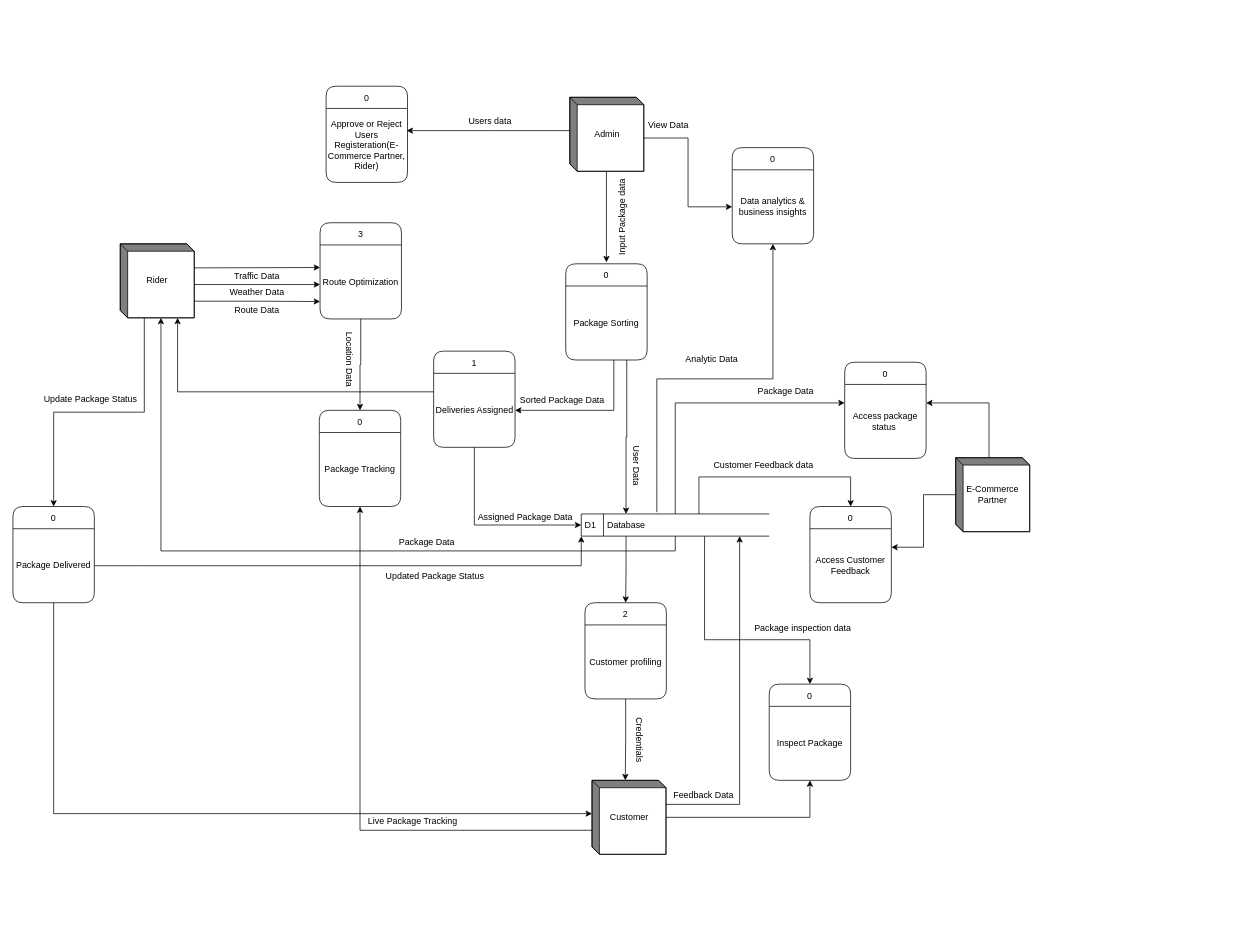
This is page "Page-18" (18 of 24) of Activity Diagram UC-1.drawio from IamSaqibJaved/Diagrams, a draw.io file, before an edit. Source tidied: cells renumbered, new cells numbered last; positions are measured from the earlier drawing's top-left corner, leaving out a move shared by most shapes. Both pictures are drawn from the tidied source at 74%, with x=0, y=0 at pixel (13, 86).
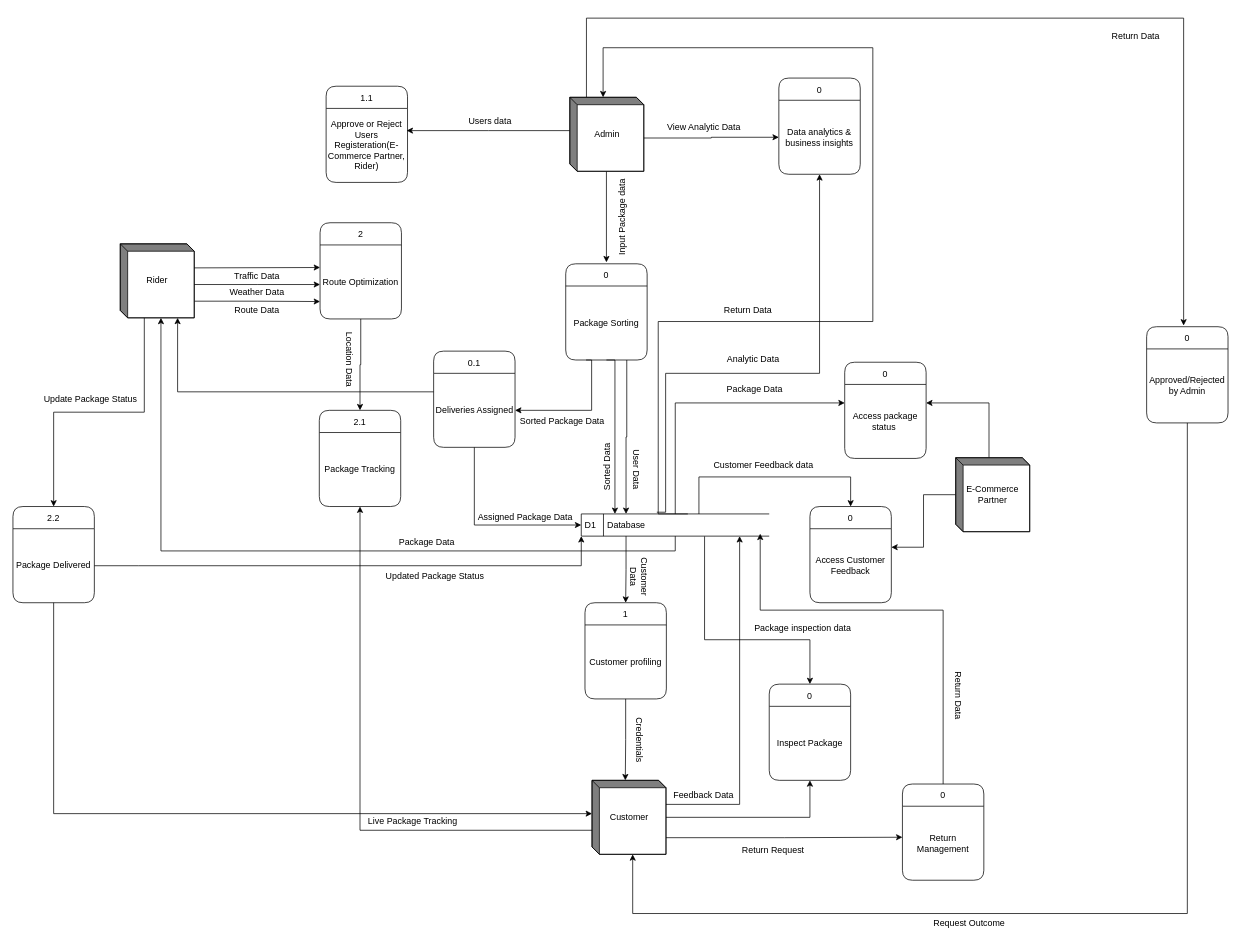
Above is the later version.

The change refers to these unchanged cells:
```xml
<mxCell id="4" value="Customer" style="html=1;dashed=0;whiteSpace=wrap;shape=mxgraph.dfd.externalEntity;strokeColor=#000000;" parent="1" vertex="1">
  <mxGeometry x="782.5" y="938" width="100" height="100" as="geometry" />
</mxCell>
<mxCell id="13" value="Admin" style="html=1;dashed=0;whiteSpace=wrap;shape=mxgraph.dfd.externalEntity;" parent="1" vertex="1">
  <mxGeometry x="752.5" y="15" width="100" height="100" as="geometry" />
</mxCell>
<mxCell id="26" value="Package Sorting" style="text;html=1;align=center;verticalAlign=middle;whiteSpace=wrap;rounded=0;" parent="25" vertex="1">
  <mxGeometry y="30" width="110" height="100" as="geometry" />
</mxCell>
<mxCell id="28" value="Deliveries Assigned" style="text;html=1;align=center;verticalAlign=middle;whiteSpace=wrap;rounded=0;" parent="27" vertex="1">
  <mxGeometry y="30" width="110" height="100" as="geometry" />
</mxCell>
<mxCell id="32" value="D1" style="html=1;dashed=0;whiteSpace=wrap;shape=mxgraph.dfd.dataStoreID;align=left;spacingLeft=3;points=[[0,0],[0.5,0],[1,0],[0,0.5],[1,0.5],[0,1],[0.5,1],[1,1]];" parent="1" vertex="1">
  <mxGeometry x="768" y="578" width="254" height="30" as="geometry" />
</mxCell>
<mxCell id="34" value="Database" style="text;html=1;align=center;verticalAlign=middle;whiteSpace=wrap;rounded=0;" parent="1" vertex="1">
  <mxGeometry x="798.5" y="578" width="60" height="30" as="geometry" />
</mxCell>
<mxCell id="73" value="Data analytics &amp;amp; business insights" style="text;html=1;align=center;verticalAlign=middle;whiteSpace=wrap;rounded=0;" parent="72" vertex="1">
  <mxGeometry y="30" width="110" height="100" as="geometry" />
</mxCell>
```

Diff of the diagram source:
```diff
@@
+    <mxCell id="76" style="edgeStyle=orthogonalEdgeStyle;rounded=0;jettySize=auto;html=1;exitX=0;exitY=0;exitDx=100;exitDy=77.5;exitPerimeter=0;" parent="1" edge="1" source="4">
+      <mxGeometry relative="1" as="geometry">
+        <mxPoint x="1202" y="1014.9" as="targetPoint" />
+      </mxGeometry>
+    </mxCell>
@@
+    <mxCell id="77" style="edgeStyle=orthogonalEdgeStyle;rounded=0;jettySize=auto;html=1;exitX=0;exitY=0;exitDx=22.5;exitDy=0;exitPerimeter=0;" parent="1" edge="1" source="13">
+      <mxGeometry relative="1" as="geometry">
+        <mxPoint x="1582" y="323.4" as="targetPoint" />
+        <Array as="points">
+          <mxPoint x="775" y="-92" />
+          <mxPoint x="1582" y="-92" />
+        </Array>
+      </mxGeometry>
+    </mxCell>
@@
-    <mxCell id="16" value="View Data" style="text;html=1;align=center;verticalAlign=middle;whiteSpace=wrap;rounded=0;rotation=0;" parent="1" vertex="1">
-      <mxGeometry x="831" y="38" width="110" height="30" as="geometry" />
+    <mxCell id="16" value="View Analytic Data" style="text;html=1;align=center;verticalAlign=middle;whiteSpace=wrap;rounded=0;rotation=0;" parent="1" vertex="1">
+      <mxGeometry x="879" y="40" width="110" height="30" as="geometry" />
     </mxCell>
@@
-    <mxCell id="19" value="0" style="swimlane;fontStyle=0;horizontal=1;startSize=30;fillColor=#ffffff;swimlaneFillColor=#ffffff;rounded=1;" parent="1" vertex="1">
+    <mxCell id="19" value="1.1" style="swimlane;fontStyle=0;horizontal=1;startSize=30;fillColor=#ffffff;swimlaneFillColor=#ffffff;rounded=1;" parent="1" vertex="1">
       <mxGeometry x="423.2" width="110" height="130" as="geometry" />
     </mxCell>
@@
-    <mxCell id="21" value="3" style="swimlane;fontStyle=0;horizontal=1;startSize=30;fillColor=#ffffff;swimlaneFillColor=#ffffff;rounded=1;" parent="1" vertex="1">
+    <mxCell id="21" value="2" style="swimlane;fontStyle=0;horizontal=1;startSize=30;fillColor=#ffffff;swimlaneFillColor=#ffffff;rounded=1;" parent="1" vertex="1">
       <mxGeometry x="415" y="184.5" width="110" height="130" as="geometry" />
     </mxCell>
@@
-    <mxCell id="27" value="1" style="swimlane;fontStyle=0;horizontal=1;startSize=30;fillColor=#ffffff;swimlaneFillColor=#ffffff;rounded=1;" parent="1" vertex="1">
+    <mxCell id="27" value="0.1" style="swimlane;fontStyle=0;horizontal=1;startSize=30;fillColor=#ffffff;swimlaneFillColor=#ffffff;rounded=1;" parent="1" vertex="1">
       <mxGeometry x="568.5" y="358" width="110" height="130" as="geometry" />
     </mxCell>
@@
-    <mxCell id="35" value="User Data" style="text;html=1;align=center;verticalAlign=middle;whiteSpace=wrap;rounded=0;rotation=90;" parent="1" vertex="1">
-      <mxGeometry x="812" y="498" width="60" height="30" as="geometry" />
-    </mxCell>
-    <mxCell id="36" value="2" style="swimlane;fontStyle=0;horizontal=1;startSize=30;fillColor=#ffffff;swimlaneFillColor=#ffffff;rounded=1;" parent="1" vertex="1">
+    <mxCell id="36" value="1" style="swimlane;fontStyle=0;horizontal=1;startSize=30;fillColor=#ffffff;swimlaneFillColor=#ffffff;rounded=1;" parent="1" vertex="1">
       <mxGeometry x="773" y="698" width="110" height="130" as="geometry" />
     </mxCell>
@@
-    <mxCell id="38" style="edgeStyle=orthogonalEdgeStyle;rounded=0;jettySize=auto;html=1;entryX=1;entryY=0.5;entryDx=0;entryDy=0;" parent="1" edge="1" source="26" target="28">
+    <mxCell id="38" style="edgeStyle=orthogonalEdgeStyle;rounded=0;jettySize=auto;html=1;entryX=1;entryY=0.5;entryDx=0;entryDy=0;exitX=0.25;exitY=1;exitDx=0;exitDy=0;" parent="1" edge="1" source="26" target="28">
       <mxGeometry relative="1" as="geometry">
         <Array as="points">
-          <mxPoint x="812" y="438" />
+          <mxPoint x="782" y="370" />
+          <mxPoint x="782" y="438" />
         </Array>
       </mxGeometry>
     </mxCell>
@@
     <mxCell id="43" value="Sorted Package Data" style="text;html=1;align=center;verticalAlign=middle;strokeColor=none;fillColor=none;" parent="1" vertex="1">
-      <mxGeometry x="672" y="409" width="140" height="30" as="geometry" />
+      <mxGeometry x="672" y="438" width="140" height="30" as="geometry" />
     </mxCell>
@@
-    <mxCell id="50" value="0" style="swimlane;fontStyle=0;horizontal=1;startSize=30;fillColor=#ffffff;swimlaneFillColor=#ffffff;rounded=1;" parent="1" vertex="1">
+    <mxCell id="50" value="2.2" style="swimlane;fontStyle=0;horizontal=1;startSize=30;fillColor=#ffffff;swimlaneFillColor=#ffffff;rounded=1;" parent="1" vertex="1">
       <mxGeometry y="568" width="110" height="130" as="geometry" />
     </mxCell>
@@
-    <mxCell id="54" value="0" style="swimlane;fontStyle=0;horizontal=1;startSize=30;fillColor=#ffffff;swimlaneFillColor=#ffffff;rounded=1;" parent="1" vertex="1">
+    <mxCell id="54" value="2.1" style="swimlane;fontStyle=0;horizontal=1;startSize=30;fillColor=#ffffff;swimlaneFillColor=#ffffff;rounded=1;" parent="1" vertex="1">
       <mxGeometry x="414" y="438" width="110" height="130" as="geometry" />
     </mxCell>
@@
     <mxCell id="61" value="Package Data" style="text;html=1;align=center;verticalAlign=middle;strokeColor=none;fillColor=none;" parent="1" vertex="1">
-      <mxGeometry x="994" y="398" width="100" height="30" as="geometry" />
+      <mxGeometry x="952" y="395" width="100" height="30" as="geometry" />
     </mxCell>
@@
     <mxCell id="72" value="0" style="swimlane;fontStyle=0;horizontal=1;startSize=30;fillColor=#ffffff;swimlaneFillColor=#ffffff;rounded=1;" parent="1" vertex="1">
-      <mxGeometry x="972" y="83" width="110" height="130" as="geometry" />
+      <mxGeometry x="1035" y="-11" width="110" height="130" as="geometry" />
     </mxCell>
@@
     <mxCell id="74" style="edgeStyle=orthogonalEdgeStyle;rounded=0;jettySize=auto;html=1;exitX=0.402;exitY=-0.078;exitDx=0;exitDy=0;exitPerimeter=0;" parent="1" edge="1" source="32" target="73">
-      <mxGeometry relative="1" as="geometry" />
+      <mxGeometry relative="1" as="geometry">
+        <Array as="points">
+          <mxPoint x="882" y="576" />
+          <mxPoint x="882" y="388" />
+          <mxPoint x="1090" y="388" />
+        </Array>
+      </mxGeometry>
     </mxCell>
     <mxCell id="75" value="Analytic Data" style="text;html=1;align=center;verticalAlign=middle;strokeColor=none;fillColor=none;" parent="1" vertex="1">
-      <mxGeometry x="899" y="354" width="90" height="30" as="geometry" />
+      <mxGeometry x="955" y="354" width="90" height="30" as="geometry" />
     </mxCell>
+    <mxCell id="78" value="0" style="swimlane;fontStyle=0;horizontal=1;startSize=30;fillColor=#ffffff;swimlaneFillColor=#ffffff;rounded=1;" parent="1" vertex="1">
+      <mxGeometry x="1202" y="943" width="110" height="130" as="geometry" />
+    </mxCell>
+    <mxCell id="79" value="Return Management" style="text;html=1;align=center;verticalAlign=middle;whiteSpace=wrap;rounded=0;" parent="78" vertex="1">
+      <mxGeometry y="30" width="110" height="100" as="geometry" />
+    </mxCell>
+    <mxCell id="80" value="Return Request" style="text;html=1;align=center;verticalAlign=middle;strokeColor=none;fillColor=none;rotation=0;" parent="1" vertex="1">
+      <mxGeometry x="972" y="1018" width="110" height="30" as="geometry" />
+    </mxCell>
+    <mxCell id="81" style="edgeStyle=orthogonalEdgeStyle;rounded=0;jettySize=auto;html=1;entryX=0;entryY=0;entryDx=45;entryDy=0;entryPerimeter=0;" parent="1" edge="1" target="13">
+      <mxGeometry relative="1" as="geometry">
+        <mxPoint x="912" y="578" as="sourcePoint" />
+        <Array as="points">
+          <mxPoint x="872" y="578" />
+          <mxPoint x="872" y="318" />
+          <mxPoint x="1162" y="318" />
+          <mxPoint x="1162" y="-52" />
+          <mxPoint x="798" y="-52" />
+        </Array>
+      </mxGeometry>
+    </mxCell>
+    <mxCell id="82" value="Return Data" style="text;html=1;align=center;verticalAlign=middle;strokeColor=none;fillColor=none;" parent="1" vertex="1">
+      <mxGeometry x="1472" y="-82" width="90" height="30" as="geometry" />
+    </mxCell>
+    <mxCell id="83" value="Return Data" style="text;html=1;align=center;verticalAlign=middle;strokeColor=none;fillColor=none;" parent="1" vertex="1">
+      <mxGeometry x="948" y="288" width="90" height="30" as="geometry" />
+    </mxCell>
+    <mxCell id="84" value="0" style="swimlane;fontStyle=0;horizontal=1;startSize=30;fillColor=#ffffff;swimlaneFillColor=#ffffff;rounded=1;" parent="1" vertex="1">
+      <mxGeometry x="1532" y="325" width="110" height="130" as="geometry" />
+    </mxCell>
+    <mxCell id="85" value="Approved/Rejected by Admin" style="text;html=1;align=center;verticalAlign=middle;whiteSpace=wrap;rounded=0;" parent="84" vertex="1">
+      <mxGeometry y="30" width="110" height="100" as="geometry" />
+    </mxCell>
+    <mxCell id="86" style="edgeStyle=orthogonalEdgeStyle;rounded=0;jettySize=auto;html=1;exitX=0.5;exitY=1;exitDx=0;exitDy=0;entryX=0;entryY=0;entryDx=55;entryDy=100;entryPerimeter=0;" parent="1" edge="1" source="85" target="4">
+      <mxGeometry relative="1" as="geometry">
+        <Array as="points">
+          <mxPoint x="1587" y="1118" />
+          <mxPoint x="838" y="1118" />
+        </Array>
+      </mxGeometry>
+    </mxCell>
+    <mxCell id="87" value="Request Outcome" style="text;html=1;align=center;verticalAlign=middle;strokeColor=none;fillColor=none;" parent="1" vertex="1">
+      <mxGeometry x="1232" y="1116" width="120" height="30" as="geometry" />
+    </mxCell>
+    <mxCell id="88" style="edgeStyle=orthogonalEdgeStyle;rounded=0;jettySize=auto;html=1;exitX=0.5;exitY=1;exitDx=0;exitDy=0;entryX=0.25;entryY=0;entryDx=0;entryDy=0;" parent="1" edge="1" source="26" target="34">
+      <mxGeometry relative="1" as="geometry">
+        <Array as="points">
+          <mxPoint x="814" y="370" />
+          <mxPoint x="814" y="578" />
+        </Array>
+      </mxGeometry>
+    </mxCell>
+    <mxCell id="89" value="Sorted Data" style="text;html=1;align=center;verticalAlign=middle;strokeColor=none;fillColor=none;rotation=-90;" parent="1" vertex="1">
+      <mxGeometry x="758" y="500" width="90" height="30" as="geometry" />
+    </mxCell>
+    <mxCell id="90" value="Customer Data" style="text;html=1;align=center;verticalAlign=middle;whiteSpace=wrap;rounded=0;rotation=90;" parent="1" vertex="1">
+      <mxGeometry x="816" y="648" width="60" height="30" as="geometry" />
+    </mxCell>
+    <mxCell id="35" value="User Data" style="text;html=1;align=center;verticalAlign=middle;whiteSpace=wrap;rounded=0;rotation=90;" parent="1" vertex="1">
+      <mxGeometry x="812" y="503" width="60" height="30" as="geometry" />
+    </mxCell>
+    <mxCell id="91" style="edgeStyle=orthogonalEdgeStyle;rounded=0;jettySize=auto;html=1;exitX=0.5;exitY=0;exitDx=0;exitDy=0;entryX=0.952;entryY=0.889;entryDx=0;entryDy=0;entryPerimeter=0;" parent="1" edge="1" source="78" target="32">
+      <mxGeometry relative="1" as="geometry">
+        <Array as="points">
+          <mxPoint x="1257" y="708" />
+          <mxPoint x="1010" y="708" />
+        </Array>
+      </mxGeometry>
+    </mxCell>
+    <mxCell id="92" value="Return Data" style="text;html=1;align=center;verticalAlign=middle;strokeColor=none;fillColor=none;rotation=90;" parent="1" vertex="1">
+      <mxGeometry x="1232" y="808" width="90" height="30" as="geometry" />
+    </mxCell>
```
